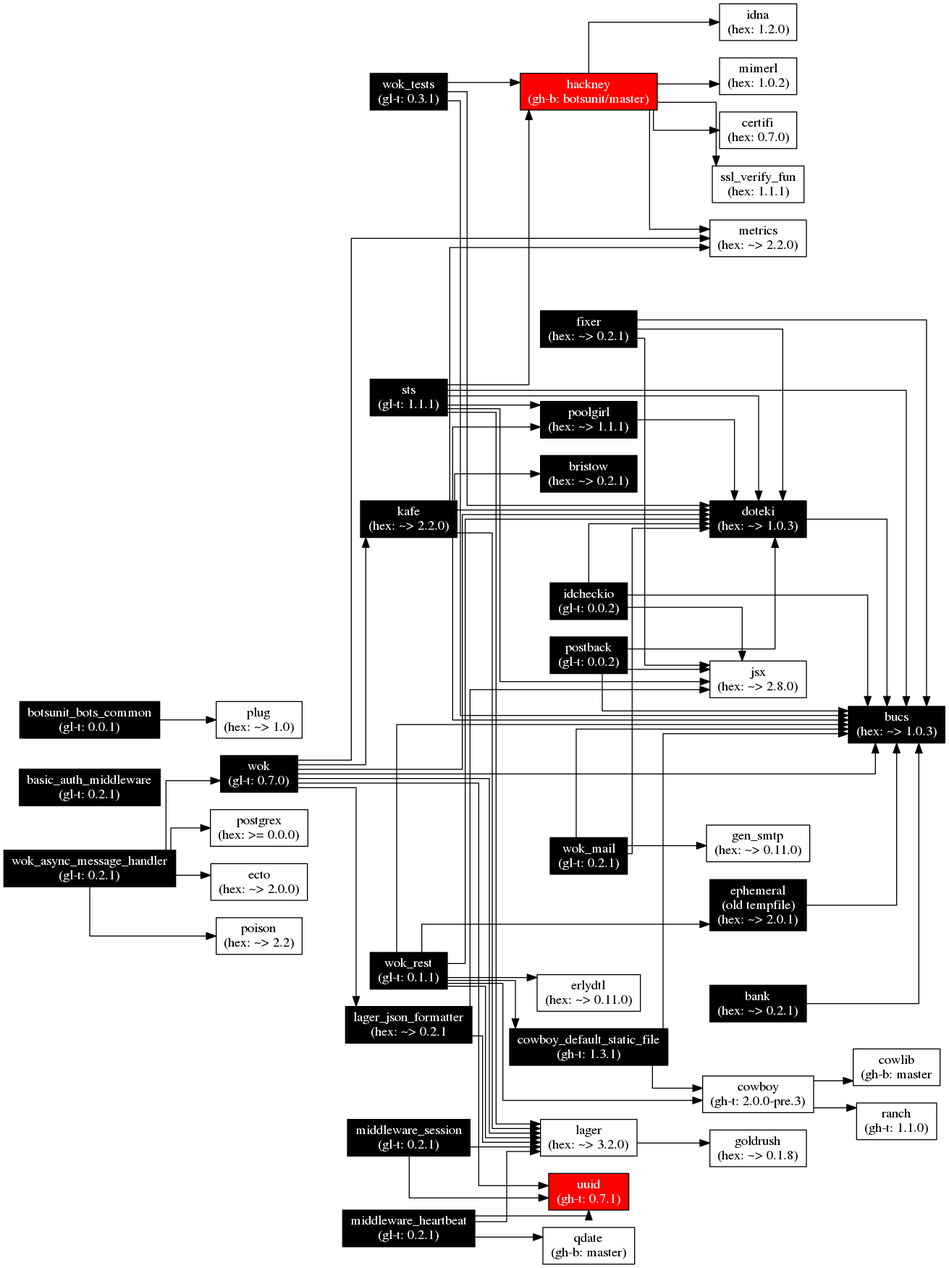
This is doc/images/wok.deps.png from botsunit/wok, a Graphviz export, as it was before one commit. Its source is kept beside it as images/wok.deps.gv.
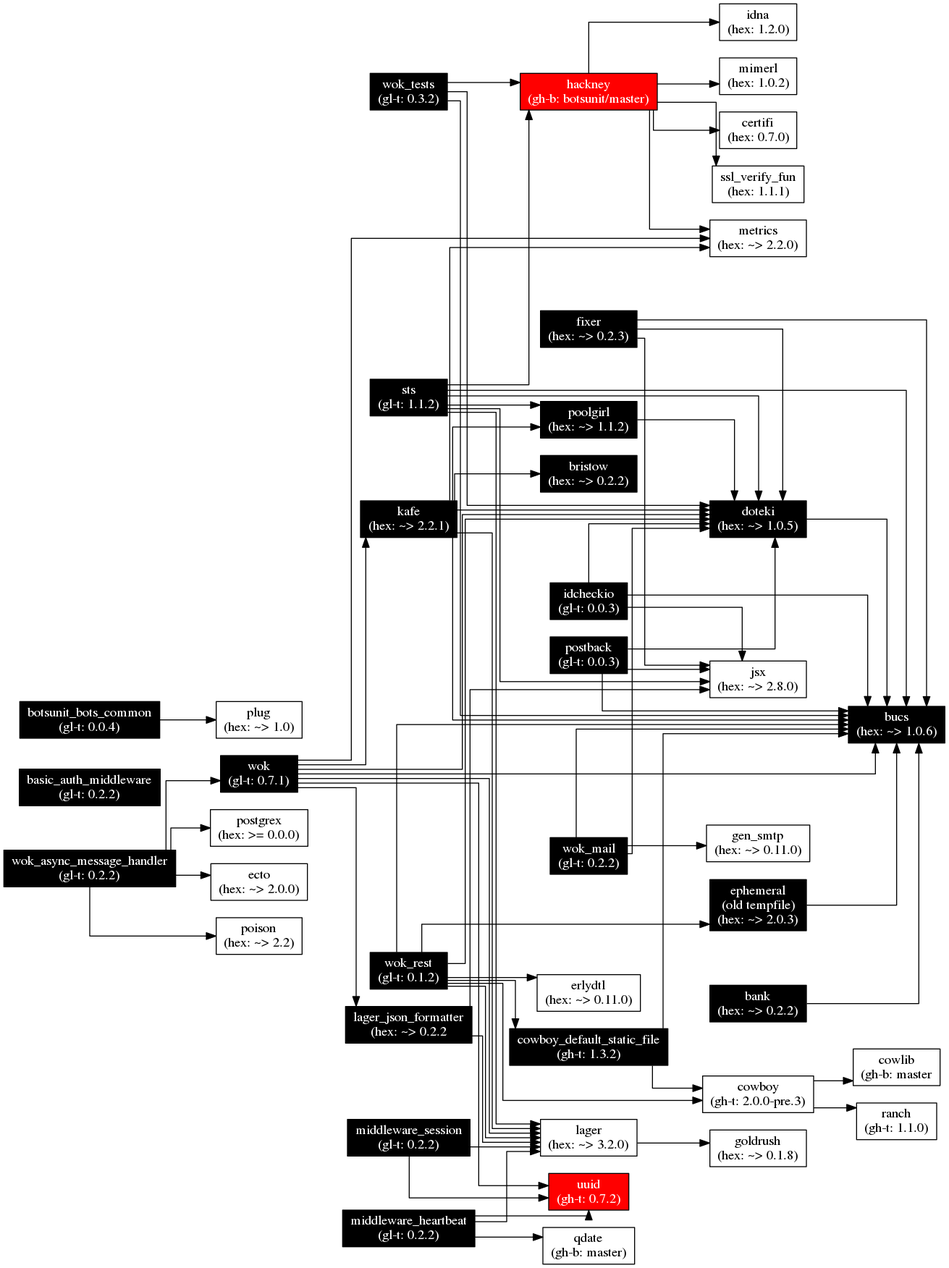
After the commit.

Diff of the diagram source:
```diff
@@ -6,59 +6,59 @@
     rankdir=LR;
   ];
 
-  wok[label="wok\n(gl-t: 0.7.0)",
+  wok[label="wok\n(gl-t: 0.7.1)",
       fontcolor="white",
       style="filled",
       fillcolor="black"];
   lager[label="lager\n(hex: ~> 3.2.0)"];
-  lager_json_formatter[label="lager_json_formatter\n(hex: ~> 0.2.1",
+  lager_json_formatter[label="lager_json_formatter\n(hex: ~> 0.2.2",
                        fontcolor="white",
                        style="filled"
                        fillcolor="black"];
-  kafe[label="kafe\n(hex: ~> 2.2.0)",
+  kafe[label="kafe\n(hex: ~> 2.2.1)",
        fontcolor="white",
        style="filled",
        fillcolor="black"];
-  bucs[label="bucs\n(hex: ~> 1.0.3)",
+  bucs[label="bucs\n(hex: ~> 1.0.6)",
        fontcolor="white",
        style="filled",
        fillcolor="black"];
-  doteki[label="doteki\n(hex: ~> 1.0.3)",
+  doteki[label="doteki\n(hex: ~> 1.0.5)",
          fontcolor="white",
          style="filled",
          fillcolor="black"];
-  uuid[label="uuid\n(gh-t: 0.7.1)"
+  uuid[label="uuid\n(gh-t: 0.7.2)"
        fontcolor="white",
        style="filled",
        fillcolor="red"];
   metrics[label="metrics\n(hex: ~> 2.2.0)"];
   goldrush[label="goldrush\n(hex: ~> 0.1.8)"];
   jsx[label="jsx\n(hex: ~> 2.8.0)"];
-  poolgirl[label="poolgirl\n(hex: ~> 1.1.1)",
+  poolgirl[label="poolgirl\n(hex: ~> 1.1.2)",
            fontcolor="white",
            style="filled",
            fillcolor="black"];
-  bristow[label="bristow\n(hex: ~> 0.2.1)",
+  bristow[label="bristow\n(hex: ~> 0.2.2)",
           fontcolor="white",
           style="filled",
           fillcolor="black"];
-  wok_rest[label="wok_rest\n(gl-t: 0.1.1)",
+  wok_rest[label="wok_rest\n(gl-t: 0.1.2)",
            fontcolor="white",
            style="filled",
            fillcolor="black"];
-  cowboy_default_static_file[label="cowboy_default_static_file\n(gh-t: 1.3.1)",
+  cowboy_default_static_file[label="cowboy_default_static_file\n(gh-t: 1.3.2)",
                              fontcolor="white",
                              style="filled",
                              fillcolor="black"];
   cowboy[label="cowboy\n(gh-t: 2.0.0-pre.3)"];
-  ephemeral[label="ephemeral\n(old tempfile)\n(hex: ~> 2.0.1)",
+  ephemeral[label="ephemeral\n(old tempfile)\n(hex: ~> 2.0.3)",
            fontcolor="white",
            style="filled",
            fillcolor="black"];
   erlydtl[label="erlydtl\n(hex: ~> 0.11.0)"];
   cowlib[label="cowlib\n(gh-b: master"];
   ranch[label="ranch\n(gh-t: 1.1.0)"];
-  wok_tests[label="wok_tests\n(gl-t: 0.3.1)",
+  wok_tests[label="wok_tests\n(gl-t: 0.3.2)",
             fontcolor="white",
             style="filled",
             fillcolor="black"];
@@ -70,52 +70,52 @@
   mimerl[label="mimerl\n(hex: 1.0.2)"];
   certifi[label="certifi\n(hex: 0.7.0)"];
   ssl_verify_fun[label="ssl_verify_fun\n(hex: 1.1.1)"];
-  wok_mail[label="wok_mail\n(gl-t: 0.2.1)",
+  wok_mail[label="wok_mail\n(gl-t: 0.2.2)",
             fontcolor="white",
             style="filled",
             fillcolor="black"];
   gen_smtp[label="gen_smtp\n(hex: ~> 0.11.0)"];
-  middleware_session[label="middleware_session\n(gl-t: 0.2.1)",
+  middleware_session[label="middleware_session\n(gl-t: 0.2.2)",
                      fontcolor="white",
                      style="filled",
                      fillcolor="black"];
-  basic_auth_middleware[label="basic_auth_middleware\n(gl-t: 0.2.1)",
+  basic_auth_middleware[label="basic_auth_middleware\n(gl-t: 0.2.2)",
                         fontcolor="white",
                         style="filled",
                         fillcolor="black"];
-  middleware_heartbeat[label="middleware_heartbeat\n(gl-t: 0.2.1)",
+  middleware_heartbeat[label="middleware_heartbeat\n(gl-t: 0.2.2)",
                        fontcolor="white",
                        style="filled",
                        fillcolor="black"];
   qdate[label="qdate\n(gh-b: master)"];
-  wok_async_message_handler[label="wok_async_message_handler\n(gl-t: 0.2.1)",
+  wok_async_message_handler[label="wok_async_message_handler\n(gl-t: 0.2.2)",
                             fontcolor="white",
                             style="filled",
                             fillcolor="black"];
   postgrex[label="postgrex\n(hex: >= 0.0.0)"];
   ecto[label="ecto\n(hex: ~> 2.0.0)"];
   poison[label="poison\n(hex: ~> 2.2)"];
-  sts[label="sts\n(gl-t: 1.1.1)",
+  sts[label="sts\n(gl-t: 1.1.2)",
       fontcolor="white",
       style="filled",
       fillcolor="black"];
-  fixer[label="fixer\n(hex: ~> 0.2.1)",
+  fixer[label="fixer\n(hex: ~> 0.2.3)",
         fontcolor="white",
         style="filled",
         fillcolor="black"];
-  bank[label="bank\n(hex: ~> 0.2.1)",
+  bank[label="bank\n(hex: ~> 0.2.2)",
        fontcolor="white",
        style="filled",
        fillcolor="black"];
-  idcheckio[label="idcheckio\n(gl-t: 0.0.2)",
+  idcheckio[label="idcheckio\n(gl-t: 0.0.3)",
             fontcolor="white",
             style="filled",
             fillcolor="black"];
-  postback[label="postback\n(gl-t: 0.0.2)",
+  postback[label="postback\n(gl-t: 0.0.3)",
             fontcolor="white",
             style="filled",
             fillcolor="black"];
-  botsunit_bots_common[label="botsunit_bots_common\n(gl-t: 0.0.1)",
+  botsunit_bots_common[label="botsunit_bots_common\n(gl-t: 0.0.4)",
                        fontcolor="white",
                        style="filled",
                        fillcolor="black"];
```
